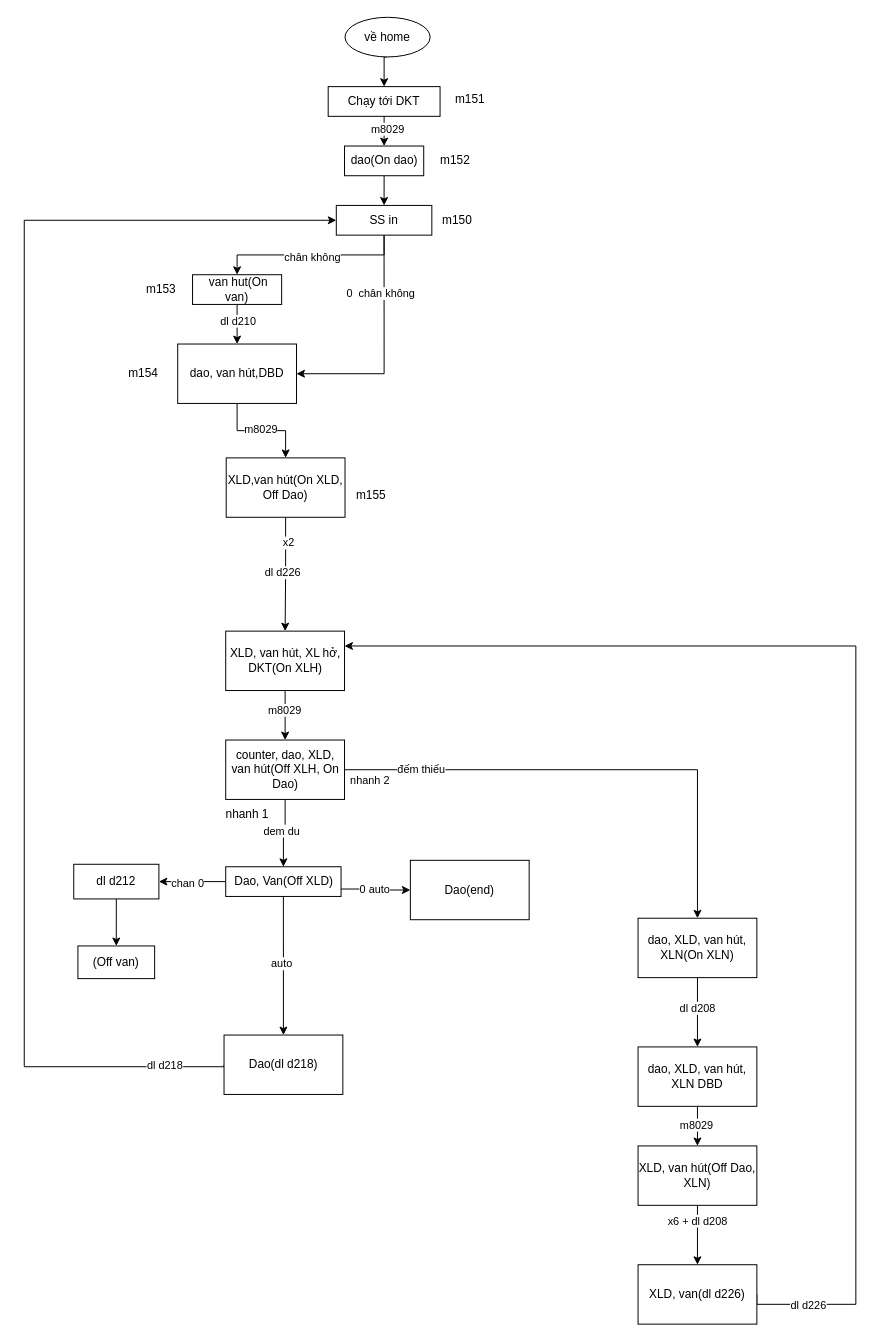
robowindgit/a0-quyencun keeps this draw.io diagram as trai muc sau.drawio. Above is the earlier version. Source tidied: cells renumbered, new cells numbered last; positions are measured from the earlier drawing's top-left corner, leaving out a move shared by most shapes. Both pictures are drawn from the tidied source at 99%, with x=0, y=0 at pixel (24, 17).
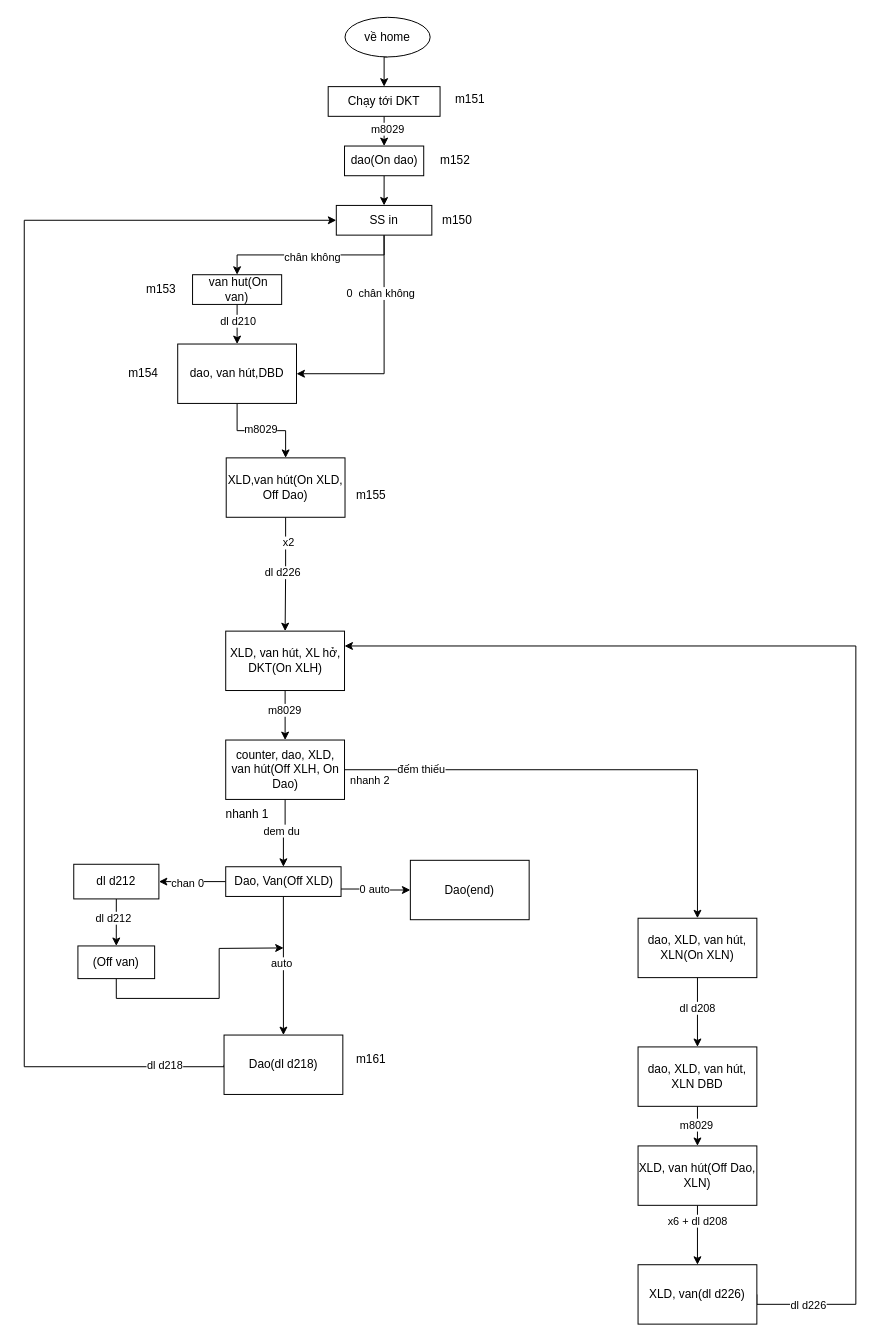
The same page after the edit.

Commit message:
Cập nhật trai muc sau.drawio

Unchanged cells that the change refers to:
```xml
<mxCell id="60" style="edgeStyle=orthogonalEdgeStyle;rounded=0;jettySize=auto;html=1;exitX=0.5;exitY=1;exitDx=0;exitDy=0;entryX=0.5;entryY=0;entryDx=0;entryDy=0;" parent="1" edge="1" source="61" target="65">
  <mxGeometry relative="1" as="geometry" />
</mxCell>
<mxCell id="65" value="(Off van)" style="whiteSpace=wrap;html=1;" parent="1" vertex="1">
  <mxGeometry x="54.2" y="938" width="77.5" height="33" as="geometry" />
</mxCell>
```

Diff of the diagram source:
```diff
@@
+    <mxCell id="66" value="dl d212" style="edgeLabel;html=1;align=center;verticalAlign=middle;" parent="60" vertex="1">
+      <mxGeometry x="-0.21" y="-3" relative="1" as="geometry" />
+    </mxCell>
@@
+    <mxCell id="67" style="edgeStyle=orthogonalEdgeStyle;rounded=0;jettySize=auto;html=1;exitX=0.5;exitY=1;exitDx=0;exitDy=0;" parent="1" edge="1" source="65">
+      <mxGeometry relative="1" as="geometry">
+        <mxPoint x="262" y="940" as="targetPoint" />
+      </mxGeometry>
+    </mxCell>
@@
+    <mxCell id="68" value="m161" style="text;html=1;align=center;verticalAlign=middle;strokeColor=none;fillColor=none;" parent="1" vertex="1">
+      <mxGeometry x="325" y="1038" width="50" height="30" as="geometry" />
+    </mxCell>
```
